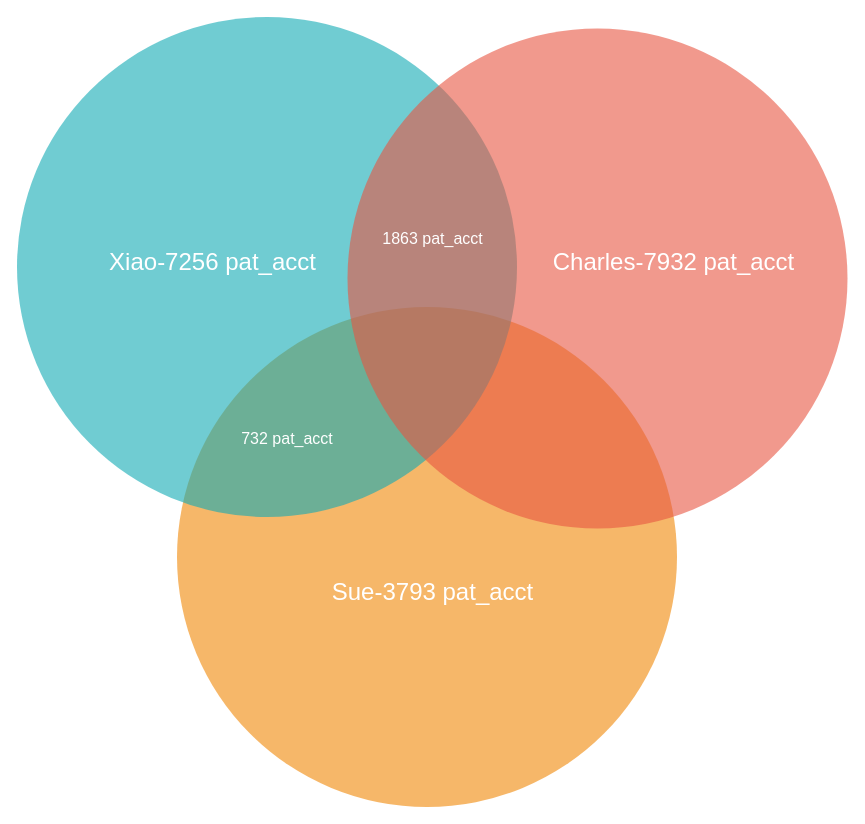
The draw.io diagram page "Page-1" (1 of 2) of Untitled Diagram.drawio in weixiao1121/PROJECT, before the edit. Source tidied: cells renumbered, new cells numbered last; positions are measured from the earlier drawing's top-left corner, leaving out a move shared by most shapes. Both pictures are drawn from the tidied source at 100%, with x=0, y=0 at pixel (17, 16).
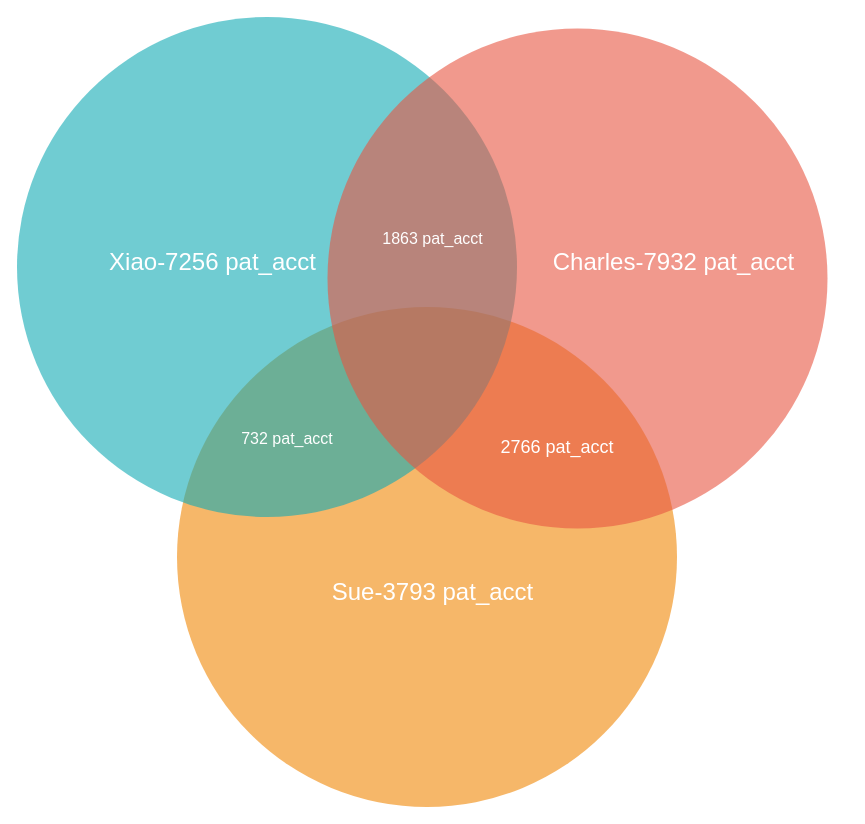
After the change.

Diff of the diagram source:
```diff
@@
 <mxGraphModel background="#ffffff">
   <root>
     <mxCell id="0" />
     <mxCell id="1" parent="0" />
     <mxCell id="2" style="ellipse;fillColor=#F08705;opacity=60;strokeColor=none;html=1;fontColor=#FFFFFF;" parent="1" vertex="1">
       <mxGeometry x="159.5" y="290.5" width="500" height="500" as="geometry" />
     </mxCell>
     <mxCell id="3" style="ellipse;fillColor=#12AAB5;opacity=60;strokeColor=none;html=1;fontColor=#FFFFFF;" parent="1" vertex="1">
       <mxGeometry x="-0.5" y="0.5" width="500" height="500" as="geometry" />
     </mxCell>
     <mxCell id="4" style="ellipse;fillColor=#e85642;opacity=60;strokeColor=none;html=1;fontColor=#FFFFFF;" parent="1" vertex="1">
-      <mxGeometry x="330" y="12" width="500" height="500" as="geometry" />
+      <mxGeometry x="310" y="12" width="500" height="500" as="geometry" />
     </mxCell>
     <mxCell id="5" value="Xiao-7256 pat_acct&lt;br&gt;" style="text;fontSize=24;align=center;verticalAlign=middle;html=1;fontColor=#FFFFFF;" parent="1" vertex="1">
       <mxGeometry x="80" y="211" width="230" height="70" as="geometry" />
     </mxCell>
     <mxCell id="6" value="Charles-7932 pat_acct" style="text;fontSize=24;align=center;verticalAlign=middle;html=1;fontColor=#FFFFFF;" parent="1" vertex="1">
       <mxGeometry x="530" y="195" width="251" height="102" as="geometry" />
     </mxCell>
     <mxCell id="7" value="Sue-3793 pat_acct&lt;br&gt;" style="text;fontSize=24;align=center;verticalAlign=middle;html=1;fontColor=#FFFFFF;" parent="1" vertex="1">
       <mxGeometry x="319.5" y="540.5" width="190" height="70" as="geometry" />
     </mxCell>
     <mxCell id="8" value="1863 pat_acct&lt;br&gt;&lt;br&gt;" style="text;align=center;html=1;fontColor=#FFFFFF;fontSize=16;" parent="1" vertex="1">
       <mxGeometry x="394.5" y="206" width="40" height="40" as="geometry" />
     </mxCell>
     <mxCell id="9" style="edgeStyle=orthogonalEdgeStyle;rounded=0;orthogonalLoop=1;jettySize=auto;html=1;" parent="1" edge="1" source="10" target="10">
       <mxGeometry relative="1" as="geometry">
         <Array as="points">
           <mxPoint x="270" y="442" />
           <mxPoint x="270" y="442" />
         </Array>
       </mxGeometry>
     </mxCell>
     <mxCell id="10" value="&lt;font color=&quot;#ffffff&quot; style=&quot;font-size: 16px&quot;&gt;732 pat_acct&lt;/font&gt;&lt;br&gt;" style="text;html=1;strokeColor=none;fillColor=none;align=center;verticalAlign=middle;whiteSpace=wrap;rounded=0;" parent="1" vertex="1">
       <mxGeometry x="190" y="362" width="160" height="120" as="geometry" />
     </mxCell>
+    <mxCell id="11" value="&lt;font color=&quot;#ffffff&quot; style=&quot;font-size: 18px&quot;&gt;2766 pat_acct&lt;br&gt;&lt;/font&gt;" style="text;html=1;strokeColor=none;fillColor=none;align=center;verticalAlign=middle;whiteSpace=wrap;rounded=0;" parent="1" vertex="1">
+      <mxGeometry x="480" y="399" width="120" height="63" as="geometry" />
+    </mxCell>
   </root>
 </mxGraphModel>
```
